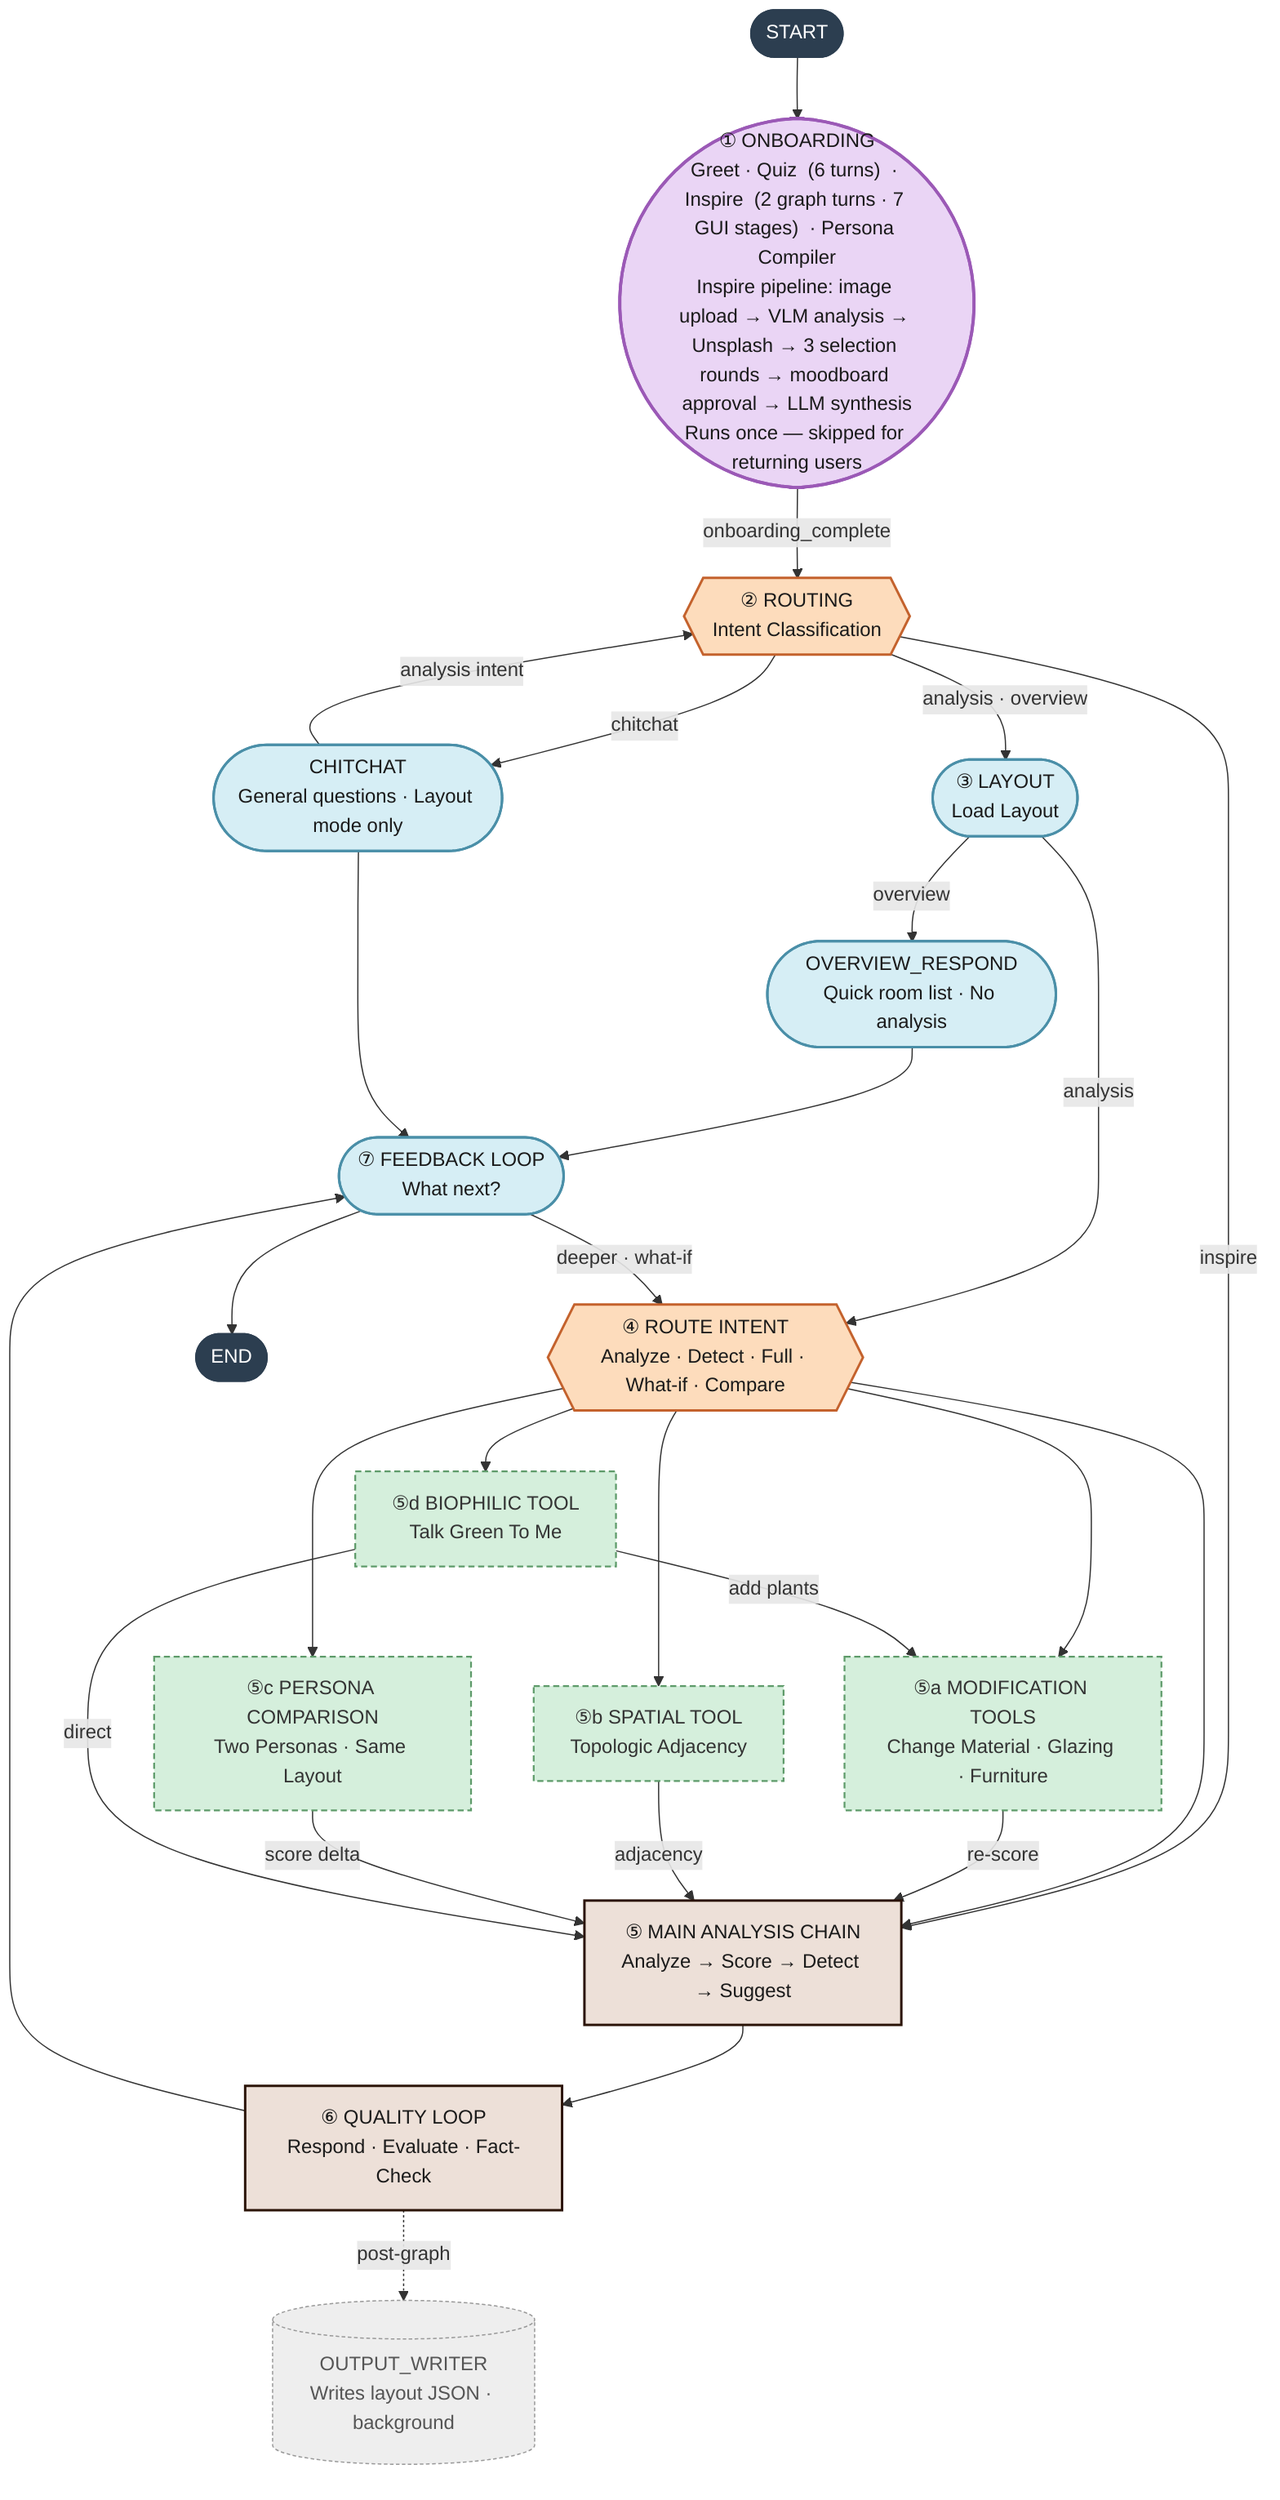
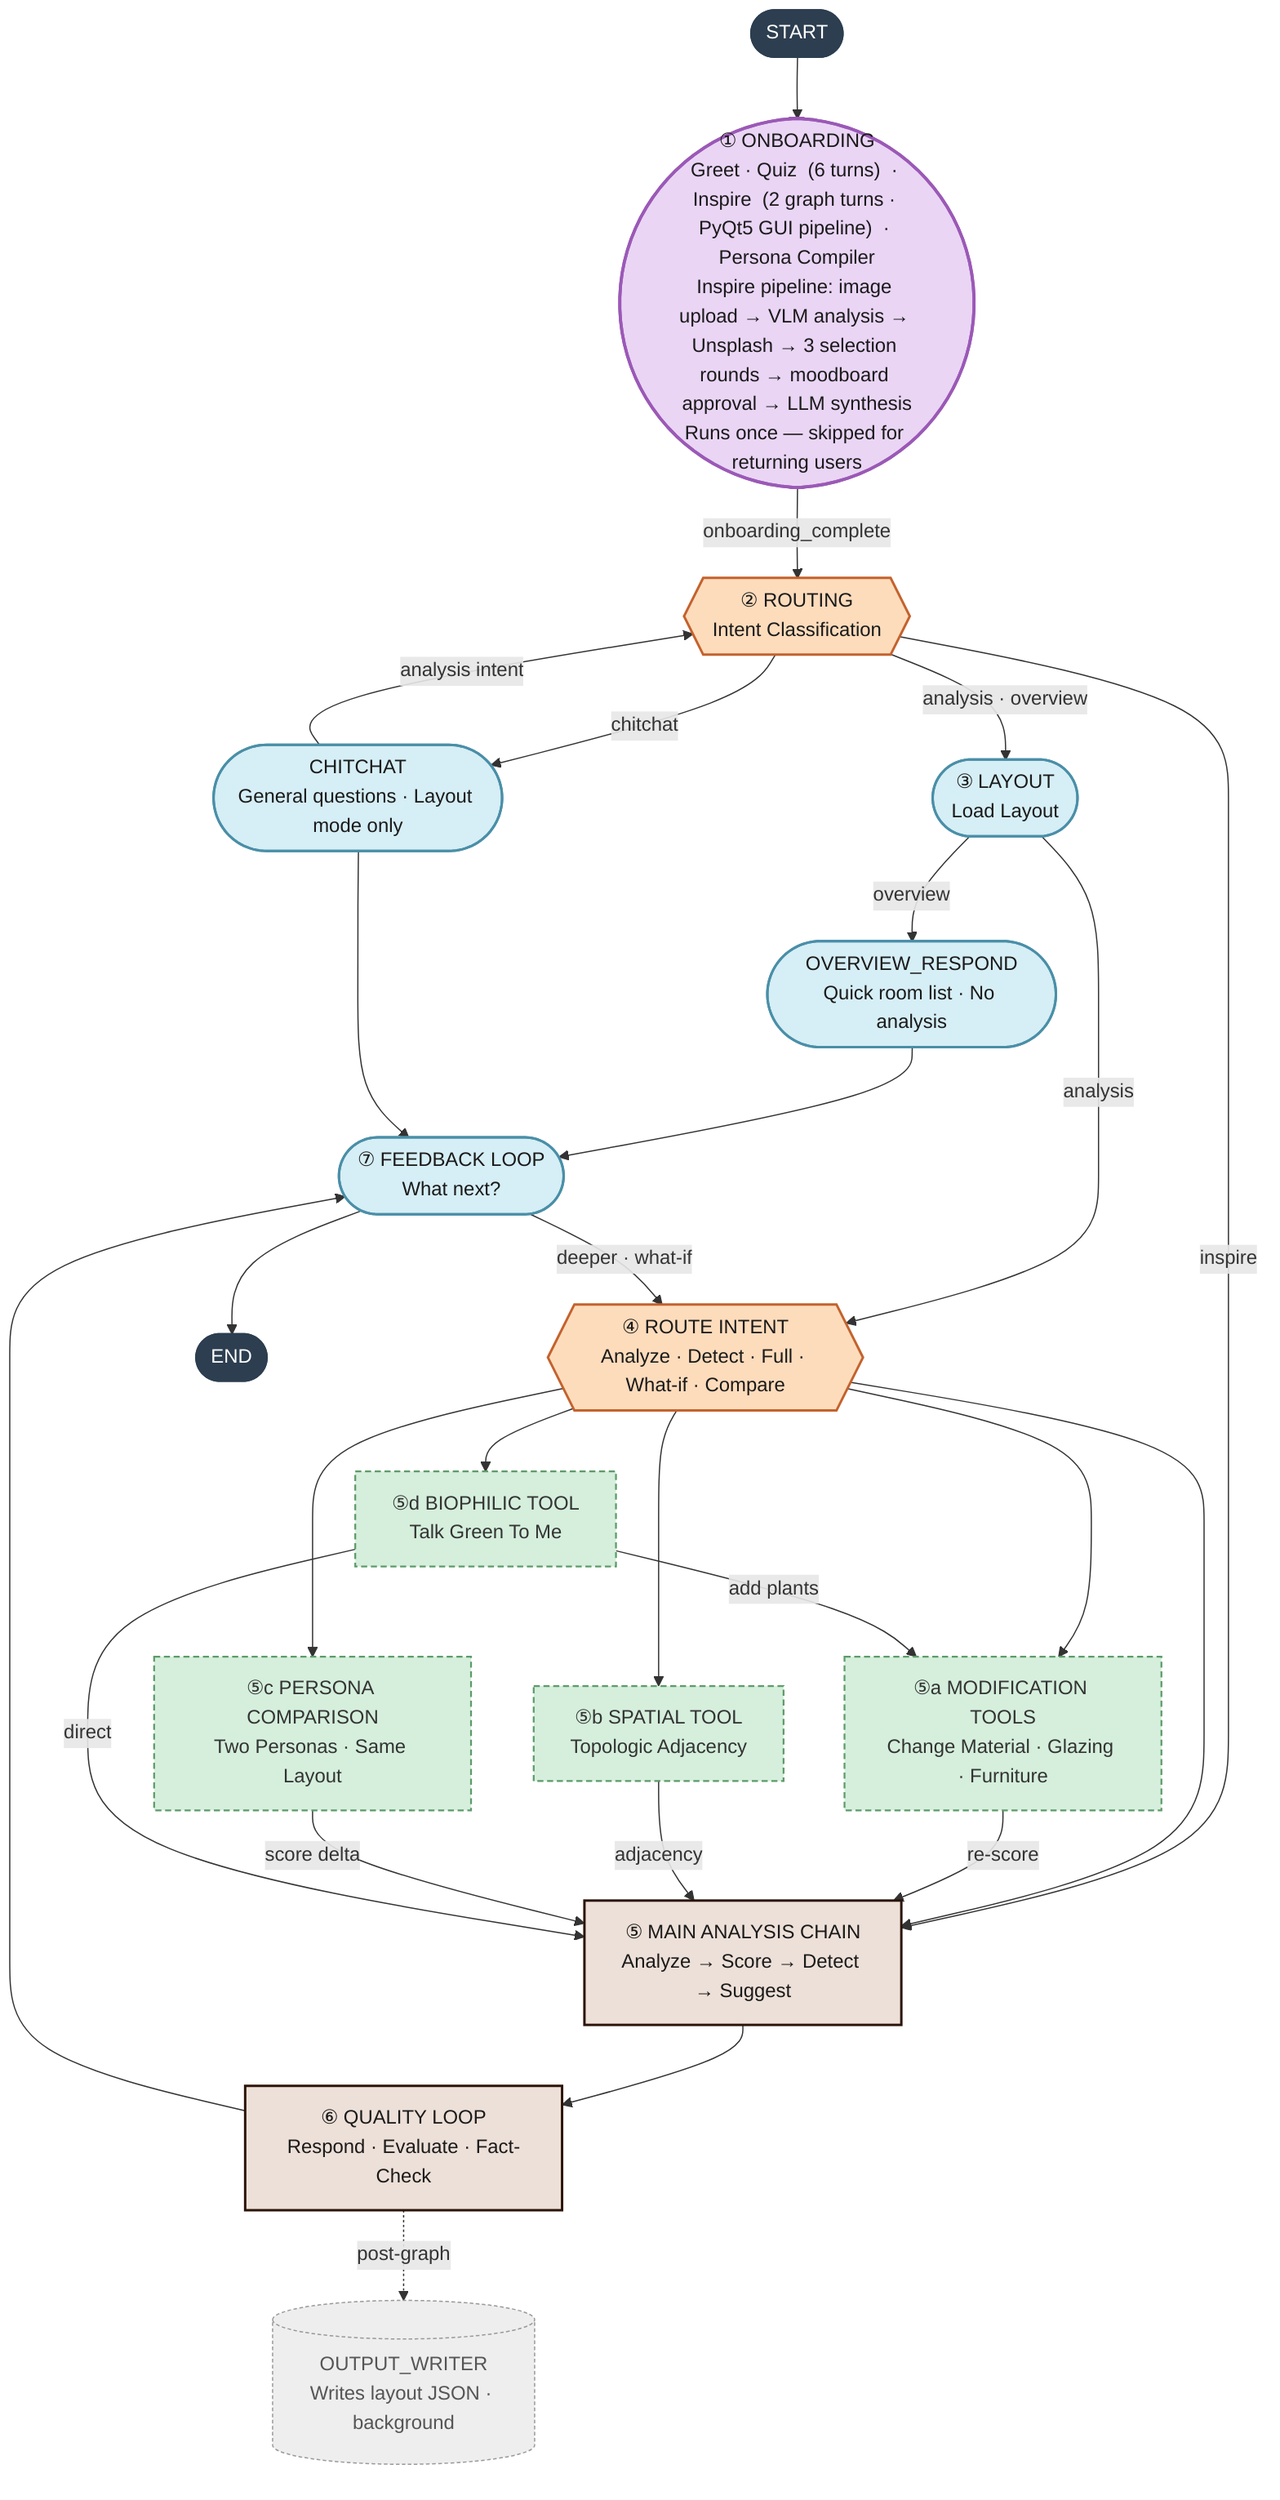
---
config:
  flowchart:
    curve: basis
---
flowchart TB

    %% ── NODE TYPE STYLES ────────────────────────────────────────────────
    classDef terminal  fill:#2C3E50,stroke:#2C3E50,color:#fff
    classDef onboard   fill:#EAD5F5,stroke:#9B59B6,stroke-width:2.5px,color:#1a1a1a
    classDef convo     fill:#D6EEF5,stroke:#4A8FA8,stroke-width:2px,color:#1a1a1a
    classDef decision  fill:#FDDCBC,stroke:#C4622D,stroke-width:2px,color:#1a1a1a
    classDef process   fill:#EDE0D8,stroke:#2B1408,stroke-width:2px,color:#1a1a1a
    classDef tool      fill:#D5EFDC,stroke:#5E9B6A,stroke-width:1.5px,stroke-dasharray:5 3,color:#333
    classDef bg        fill:#EEEEEE,stroke:#999999,stroke-width:1px,stroke-dasharray:3 2,color:#555

    START([START]):::terminal

    %% ── ONBOARDING SPINE ────────────────────────────────────────────────
-     G0(["① ONBOARDING\nGreet · Quiz  (6 turns)  · Inspire  (2 graph turns · 7 GUI stages)  · Persona Compiler\nInspire pipeline: image upload → VLM analysis → Unsplash → 3 selection rounds → moodboard approval → LLM synthesis\nRuns once — skipped for returning users"]):::onboard
+     G0(["① ONBOARDING\nGreet · Quiz  (6 turns)  · Inspire  (2 graph turns · PyQt5 GUI pipeline)  · Persona Compiler\nInspire pipeline: image upload → VLM analysis → Unsplash → 3 selection rounds → moodboard approval → LLM synthesis\nRuns once — skipped for returning users"]):::onboard

    %% ── LAYOUT MODE SPINE ───────────────────────────────────────────────
    G2{{"② ROUTING\nIntent Classification"}}:::decision
    G3(["③ LAYOUT\nLoad Layout"]):::convo
    G4{{"④ ROUTE INTENT\nAnalyze · Detect · Full · What-if · Compare"}}:::decision
    G5["⑤ MAIN ANALYSIS CHAIN\nAnalyze → Score → Detect → Suggest"]:::process
    G6["⑥ QUALITY LOOP\nRespond · Evaluate · Fact-Check"]:::process
    G7(["⑦ FEEDBACK LOOP\nWhat next?"]):::convo
    END_F([END]):::terminal

    %% ── SIDE NODES ──────────────────────────────────────────────────────
    CHITCHAT(["CHITCHAT\nGeneral questions · Layout mode only"]):::convo
    OVERVIEW(["OVERVIEW_RESPOND\nQuick room list · No analysis"]):::convo
    OUTPUT[("OUTPUT_WRITER\nWrites layout JSON · background")]:::bg

    %% ── TOOL BRANCHES ───────────────────────────────────────────────────
    G5a["⑤a MODIFICATION TOOLS\nChange Material · Glazing · Furniture"]:::tool
    G5b["⑤b SPATIAL TOOL\nTopologic Adjacency"]:::tool
    G5c["⑤c PERSONA COMPARISON\nTwo Personas · Same Layout"]:::tool
    G5d["⑤d BIOPHILIC TOOL\nTalk Green To Me"]:::tool

    %% ── MAIN FLOW ───────────────────────────────────────────────────────
    START --> G0
    G0 -->|"onboarding_complete"| G2
    G2 -->|"analysis · overview"| G3
    G2 -->|"inspire"| G5
    G2 -->|"chitchat"| CHITCHAT
    G3 -->|"overview"| OVERVIEW --> G7
    G3 -->|"analysis"| G4
    G4 --> G5
    G5 --> G6
    G6 --> G7
    G7 -->|"deeper · what-if"| G4
    G7 --> END_F

    %% ── SIDE FLOWS ──────────────────────────────────────────────────────
    CHITCHAT -->|"analysis intent"| G2
    CHITCHAT --> G7
    G6 -.->|"post-graph"| OUTPUT

    %% ── TOOL BRANCHES ───────────────────────────────────────────────────
    G4 --> G5a & G5b & G5c & G5d
    G5a -->|"re-score"| G5
    G5b -->|"adjacency"| G5
    G5c -->|"score delta"| G5
    G5d -->|"add plants"| G5a
    G5d -->|"direct"| G5
